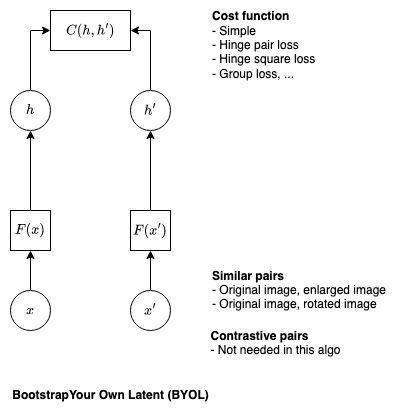
Earlier version of the draw.io export machine_learning/diagrams/byol.drawio.png (analytiq-hub/sigagent.github.io). Source tidied: cells renumbered, new cells last; positions are measured from the earlier drawing's top-left corner, leaving out a move shared by most shapes.
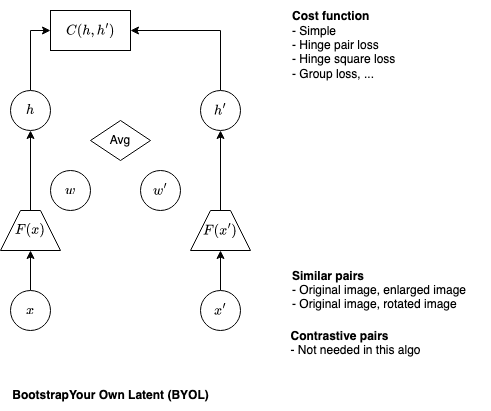
The same diagram one commit later.

Diff of the diagram source:
```diff
@@ -5,32 +5,37 @@
     <mxCell id="2" value="BootstrapYour Own Latent (BYOL)" style="text;html=1;align=center;verticalAlign=middle;strokeColor=none;fillColor=none;fontStyle=1;" parent="1" vertex="1">
       <mxGeometry y="380" width="220" height="30" as="geometry" />
     </mxCell>
-    <mxCell id="3" style="edgeStyle=orthogonalEdgeStyle;rounded=0;jettySize=auto;html=1;exitX=0.5;exitY=0;exitDx=0;exitDy=0;entryX=0.5;entryY=1;entryDx=0;entryDy=0;" parent="1" edge="1" source="4" target="9">
-      <mxGeometry relative="1" as="geometry" />
+    <mxCell id="3" style="edgeStyle=orthogonalEdgeStyle;rounded=0;jettySize=auto;html=1;exitX=0.5;exitY=0;exitDx=0;exitDy=0;entryX=0.5;entryY=1;entryDx=0;entryDy=0;" parent="1" edge="1" source="4">
+      <mxGeometry relative="1" as="geometry">
+        <mxPoint x="30" y="250" as="targetPoint" />
+      </mxGeometry>
     </mxCell>
     <mxCell id="4" value="$$x$$" style="ellipse;whiteSpace=wrap;html=1;" parent="1" vertex="1">
       <mxGeometry x="10" y="290" width="40" height="40" as="geometry" />
     </mxCell>
     <mxCell id="5" style="edgeStyle=orthogonalEdgeStyle;rounded=0;orthogonalLoop=1;jettySize=auto;html=1;exitX=0.5;exitY=1;exitDx=0;exitDy=0;" parent="1" edge="1">
       <mxGeometry relative="1" as="geometry">
-        <mxPoint x="300" y="260" as="sourcePoint" />
-        <mxPoint x="300" y="260" as="targetPoint" />
+        <mxPoint x="380" y="260" as="sourcePoint" />
+        <mxPoint x="380" y="260" as="targetPoint" />
       </mxGeometry>
     </mxCell>
-    <mxCell id="6" style="edgeStyle=orthogonalEdgeStyle;rounded=0;jettySize=auto;html=1;exitX=0.5;exitY=0;exitDx=0;exitDy=0;entryX=0.5;entryY=1;entryDx=0;entryDy=0;" parent="1" edge="1" source="7" target="14">
-      <mxGeometry relative="1" as="geometry" />
+    <mxCell id="6" style="edgeStyle=orthogonalEdgeStyle;rounded=0;jettySize=auto;html=1;exitX=0.5;exitY=0;exitDx=0;exitDy=0;entryX=0.5;entryY=1;entryDx=0;entryDy=0;" parent="1" edge="1" source="7">
+      <mxGeometry relative="1" as="geometry">
+        <mxPoint x="220" y="250" as="targetPoint" />
+      </mxGeometry>
     </mxCell>
     <mxCell id="7" value="&lt;div&gt;$$x'$$&lt;/div&gt;" style="ellipse;whiteSpace=wrap;html=1;" parent="1" vertex="1">
-      <mxGeometry x="130" y="290" width="40" height="40" as="geometry" />
+      <mxGeometry x="200" y="290" width="40" height="40" as="geometry" />
     </mxCell>
-    <mxCell id="8" style="edgeStyle=orthogonalEdgeStyle;rounded=0;jettySize=auto;html=1;exitX=0.5;exitY=0;exitDx=0;exitDy=0;entryX=0.5;entryY=1;entryDx=0;entryDy=0;" parent="1" edge="1" source="9" target="12">
-      <mxGeometry relative="1" as="geometry" />
+    <mxCell id="8" style="edgeStyle=orthogonalEdgeStyle;rounded=0;jettySize=auto;html=1;exitX=0.5;exitY=0;exitDx=0;exitDy=0;entryX=0.5;entryY=1;entryDx=0;entryDy=0;" parent="1" edge="1" target="12">
+      <mxGeometry relative="1" as="geometry">
+        <mxPoint x="30" y="210" as="sourcePoint" />
+      </mxGeometry>
     </mxCell>
-    <mxCell id="9" value="$$F(x)$$" style="rounded=0;whiteSpace=wrap;html=1;" parent="1" vertex="1">
-      <mxGeometry x="10" y="210" width="40" height="40" as="geometry" />
-    </mxCell>
-    <mxCell id="10" style="edgeStyle=orthogonalEdgeStyle;rounded=0;jettySize=auto;html=1;exitX=0.5;exitY=0;exitDx=0;exitDy=0;entryX=0.5;entryY=1;entryDx=0;entryDy=0;" parent="1" edge="1" source="14" target="17">
-      <mxGeometry relative="1" as="geometry" />
+    <mxCell id="10" style="edgeStyle=orthogonalEdgeStyle;rounded=0;jettySize=auto;html=1;exitX=0.5;exitY=0;exitDx=0;exitDy=0;entryX=0.5;entryY=1;entryDx=0;entryDy=0;" parent="1" edge="1" target="17">
+      <mxGeometry relative="1" as="geometry">
+        <mxPoint x="220" y="210" as="sourcePoint" />
+      </mxGeometry>
     </mxCell>
     <mxCell id="11" style="edgeStyle=orthogonalEdgeStyle;rounded=0;jettySize=auto;html=1;exitX=0.5;exitY=0;exitDx=0;exitDy=0;entryX=0;entryY=0.5;entryDx=0;entryDy=0;" parent="1" edge="1" source="12" target="13">
       <mxGeometry relative="1" as="geometry">
@@ -45,23 +50,35 @@
     <mxCell id="13" value="$$C(h,h')$$" style="rounded=0;whiteSpace=wrap;html=1;" parent="1" vertex="1">
       <mxGeometry x="50" y="10" width="80" height="40" as="geometry" />
     </mxCell>
-    <mxCell id="14" value="$$F(x')$$" style="rounded=0;whiteSpace=wrap;html=1;" parent="1" vertex="1">
-      <mxGeometry x="130" y="210" width="40" height="40" as="geometry" />
-    </mxCell>
     <mxCell id="15" value="&lt;div align=&quot;left&quot;&gt;&lt;b&gt;Similar pairs&lt;/b&gt;&lt;/div&gt;&lt;div align=&quot;left&quot;&gt;- Original image, enlarged image&lt;/div&gt;&lt;div align=&quot;left&quot;&gt;- Original image, rotated image&lt;br&gt;&lt;/div&gt;" style="text;html=1;align=left;verticalAlign=middle;strokeColor=none;fillColor=none;" parent="1" vertex="1">
-      <mxGeometry x="210" y="260" width="200" height="60" as="geometry" />
+      <mxGeometry x="290" y="260" width="200" height="60" as="geometry" />
     </mxCell>
     <mxCell id="16" style="edgeStyle=orthogonalEdgeStyle;rounded=0;jettySize=auto;html=1;exitX=0.5;exitY=0;exitDx=0;exitDy=0;entryX=1;entryY=0.5;entryDx=0;entryDy=0;" parent="1" edge="1" source="17" target="13">
       <mxGeometry relative="1" as="geometry" />
     </mxCell>
     <mxCell id="17" value="$$h'$$" style="ellipse;whiteSpace=wrap;html=1;" parent="1" vertex="1">
-      <mxGeometry x="130" y="90" width="40" height="40" as="geometry" />
+      <mxGeometry x="200" y="90" width="40" height="40" as="geometry" />
     </mxCell>
     <mxCell id="18" value="&lt;div align=&quot;left&quot;&gt;&lt;b&gt;Contrastive pairs&lt;/b&gt;&lt;/div&gt;&lt;div align=&quot;left&quot;&gt;- Not needed in this algo&lt;br&gt;&lt;/div&gt;&lt;div align=&quot;left&quot;&gt;&lt;br&gt;&lt;/div&gt;" style="text;html=1;align=center;verticalAlign=middle;strokeColor=none;fillColor=none;" parent="1" vertex="1">
-      <mxGeometry x="200" y="320" width="150" height="60" as="geometry" />
+      <mxGeometry x="280" y="320" width="150" height="60" as="geometry" />
     </mxCell>
     <mxCell id="19" value="&lt;div align=&quot;left&quot;&gt;&lt;b&gt;Cost function&lt;/b&gt;&lt;br&gt;&lt;/div&gt;&lt;div align=&quot;left&quot;&gt;- Simple&lt;/div&gt;&lt;div align=&quot;left&quot;&gt;- Hinge pair loss&lt;/div&gt;&lt;div align=&quot;left&quot;&gt;- Hinge square loss&lt;/div&gt;&lt;div align=&quot;left&quot;&gt;- Group loss, ...&lt;br&gt;&lt;/div&gt;" style="text;html=1;align=left;verticalAlign=middle;strokeColor=none;fillColor=none;" parent="1" vertex="1">
-      <mxGeometry x="210" width="130" height="90" as="geometry" />
+      <mxGeometry x="290" width="130" height="90" as="geometry" />
     </mxCell>
+    <mxCell id="9" value="$$F(x)$$" style="shape=trapezoid;perimeter=trapezoidPerimeter;whiteSpace=wrap;html=1;fixedSize=1;" parent="1" vertex="1">
+      <mxGeometry y="210" width="60" height="40" as="geometry" />
+    </mxCell>
+    <mxCell id="14" value="$$F(x')$$" style="shape=trapezoid;perimeter=trapezoidPerimeter;whiteSpace=wrap;html=1;fixedSize=1;" parent="1" vertex="1">
+      <mxGeometry x="190" y="210" width="60" height="40" as="geometry" />
+    </mxCell>
+    <mxCell id="20" value="$$w$$" style="ellipse;whiteSpace=wrap;html=1;" parent="1" vertex="1">
+      <mxGeometry x="50" y="170" width="40" height="40" as="geometry" />
+    </mxCell>
+    <mxCell id="21" value="Avg" style="rhombus;whiteSpace=wrap;html=1;" parent="1" vertex="1">
+      <mxGeometry x="90" y="120" width="60" height="40" as="geometry" />
+    </mxCell>
+    <mxCell id="22" value="$$w'$$" style="ellipse;whiteSpace=wrap;html=1;" parent="1" vertex="1">
+      <mxGeometry x="140" y="170" width="40" height="40" as="geometry" />
+    </mxCell>
   </root>
 </mxGraphModel>
```
